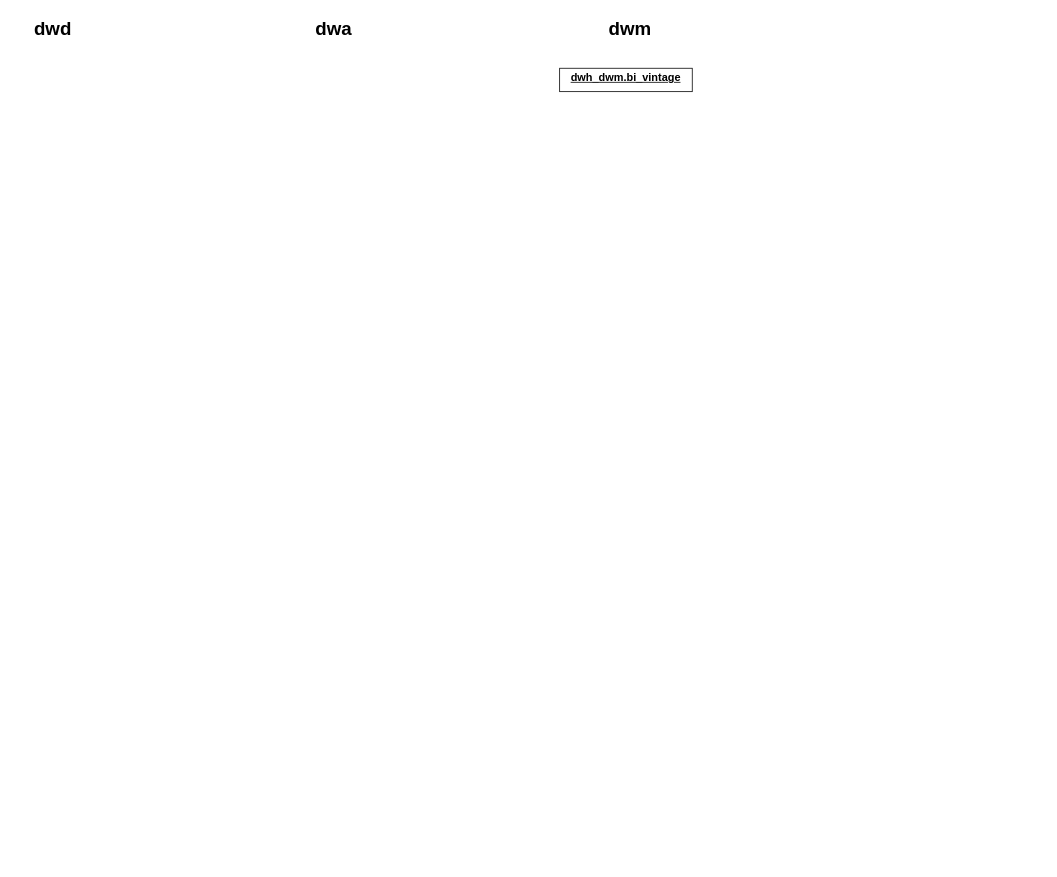
wangsun870/drawio keeps this draw.io diagram as dw_layers.drawio. Above is the earlier version. Source tidied: cells renumbered, new cells numbered last; positions are measured from the earlier drawing's top-left corner, leaving out a move shared by most shapes. Both pictures are drawn from the tidied source at 78%, with x=0, y=0 at pixel (13, 13).
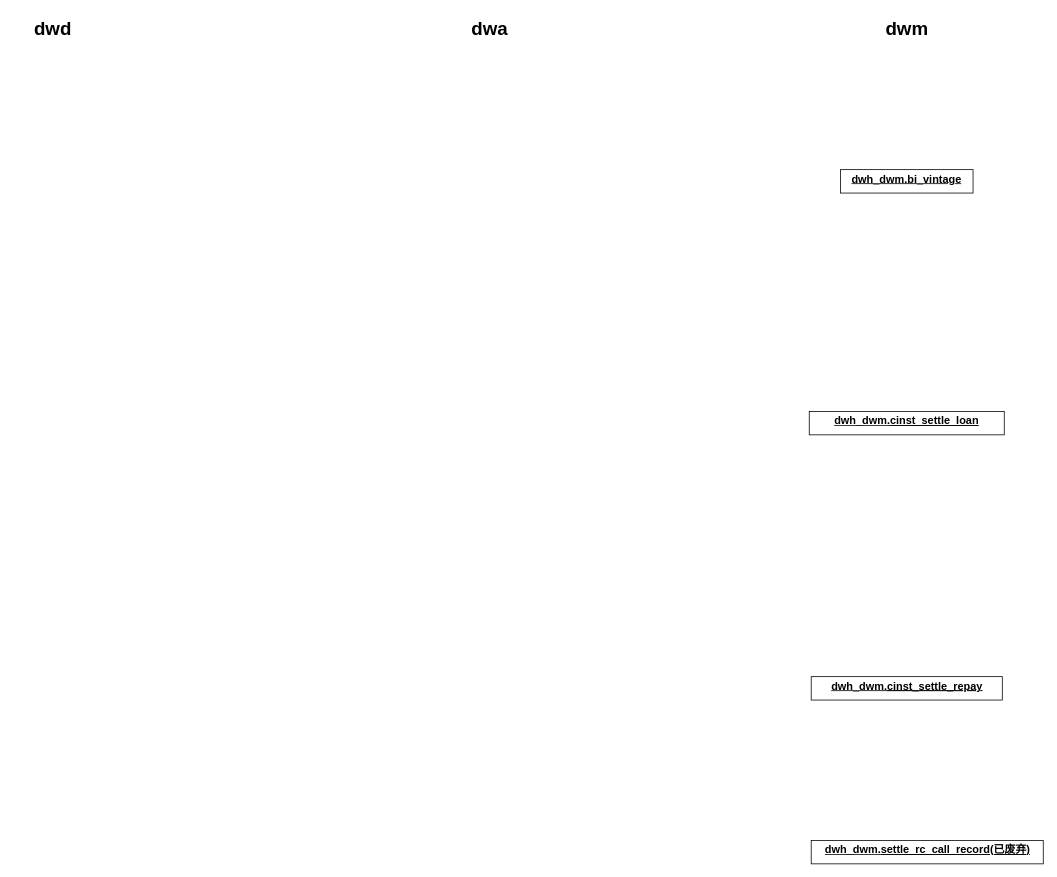
Above is the later version.

The edit, as a diff of the source:
```diff
@@
 <mxGraphModel background="#ffffff">
   <root>
     <mxCell id="0" />
     <mxCell id="1" parent="0" />
     <mxCell id="2" value="&lt;p style=&quot;margin: 0px ; margin-top: 4px ; text-align: center ; text-decoration: underline&quot;&gt;&lt;b&gt;&lt;font style=&quot;font-size: 14px&quot;&gt;dwh_dwm.bi_vintage&lt;/font&gt;&lt;/b&gt;&lt;/p&gt;&lt;p style=&quot;margin: 0px ; margin-top: 4px ; text-align: center ; text-decoration: underline&quot;&gt;&lt;b&gt;&lt;br&gt;&lt;/b&gt;&lt;/p&gt;" style="verticalAlign=top;align=left;overflow=fill;fontSize=12;fontFamily=Helvetica;html=1;rounded=0;shadow=0;comic=0;labelBackgroundColor=none;strokeWidth=1;" parent="1" vertex="1">
-      <mxGeometry x="700" y="70" width="170" height="30" as="geometry" />
+      <mxGeometry x="1060" y="200" width="170" height="30" as="geometry" />
     </mxCell>
     <mxCell id="3" value="dwm" style="text;strokeColor=none;fillColor=none;html=1;fontSize=24;fontStyle=1;verticalAlign=middle;align=center;" parent="1" vertex="1">
-      <mxGeometry x="740" width="100" height="40" as="geometry" />
+      <mxGeometry x="1095" width="100" height="40" as="geometry" />
     </mxCell>
     <mxCell id="4" value="dwa" style="text;strokeColor=none;fillColor=none;html=1;fontSize=24;fontStyle=1;verticalAlign=middle;align=center;" parent="1" vertex="1">
-      <mxGeometry x="360" width="100" height="40" as="geometry" />
+      <mxGeometry x="560" width="100" height="40" as="geometry" />
     </mxCell>
     <mxCell id="5" value="dwd" style="text;strokeColor=none;fillColor=none;html=1;fontSize=24;fontStyle=1;verticalAlign=middle;align=center;" parent="1" vertex="1">
       <mxGeometry width="100" height="40" as="geometry" />
     </mxCell>
+    <mxCell id="6" value="&lt;p style=&quot;margin: 0px ; margin-top: 4px ; text-align: center ; text-decoration: underline&quot;&gt;&lt;b&gt;&lt;font style=&quot;font-size: 14px&quot;&gt;dwh_dwm.&lt;/font&gt;&lt;/b&gt;&lt;b style=&quot;font-size: 14px&quot;&gt;&lt;u&gt;cinst_settle_loan&lt;/u&gt;&lt;/b&gt;&lt;/p&gt;&lt;p style=&quot;margin: 0px ; margin-top: 4px ; text-align: center ; text-decoration: underline&quot;&gt;&lt;b&gt;&lt;br&gt;&lt;/b&gt;&lt;/p&gt;" style="verticalAlign=top;align=left;overflow=fill;fontSize=12;fontFamily=Helvetica;html=1;rounded=0;shadow=0;comic=0;labelBackgroundColor=none;strokeWidth=1;" parent="1" vertex="1">
+      <mxGeometry x="1020" y="510" width="250" height="30" as="geometry" />
+    </mxCell>
+    <mxCell id="7" value="&lt;p style=&quot;margin: 0px ; margin-top: 4px ; text-align: center ; text-decoration: underline&quot;&gt;&lt;b&gt;&lt;font style=&quot;font-size: 14px&quot;&gt;dwh_dwm.&lt;/font&gt;&lt;/b&gt;&lt;b style=&quot;font-size: 14px&quot;&gt;&lt;u&gt;cinst_settle_repay&lt;/u&gt;&lt;/b&gt;&lt;/p&gt;" style="verticalAlign=top;align=left;overflow=fill;fontSize=12;fontFamily=Helvetica;html=1;rounded=0;shadow=0;comic=0;labelBackgroundColor=none;strokeWidth=1;" parent="1" vertex="1">
+      <mxGeometry x="1022.5" y="850" width="245" height="30" as="geometry" />
+    </mxCell>
+    <mxCell id="8" value="&lt;p style=&quot;margin: 0px ; margin-top: 4px ; text-align: center ; text-decoration: underline&quot;&gt;&lt;b&gt;&lt;font style=&quot;font-size: 14px&quot;&gt;dwh_dwm.&lt;/font&gt;&lt;/b&gt;&lt;b style=&quot;font-size: 14px&quot;&gt;&lt;u&gt;settle_rc_call_record(已废弃)&lt;/u&gt;&lt;/b&gt;&lt;/p&gt;" style="verticalAlign=top;align=left;overflow=fill;fontSize=12;fontFamily=Helvetica;html=1;rounded=0;shadow=0;comic=0;labelBackgroundColor=none;strokeWidth=1;" parent="1" vertex="1">
+      <mxGeometry x="1022.5" y="1060" width="297.5" height="30" as="geometry" />
+    </mxCell>
   </root>
 </mxGraphModel>
```
